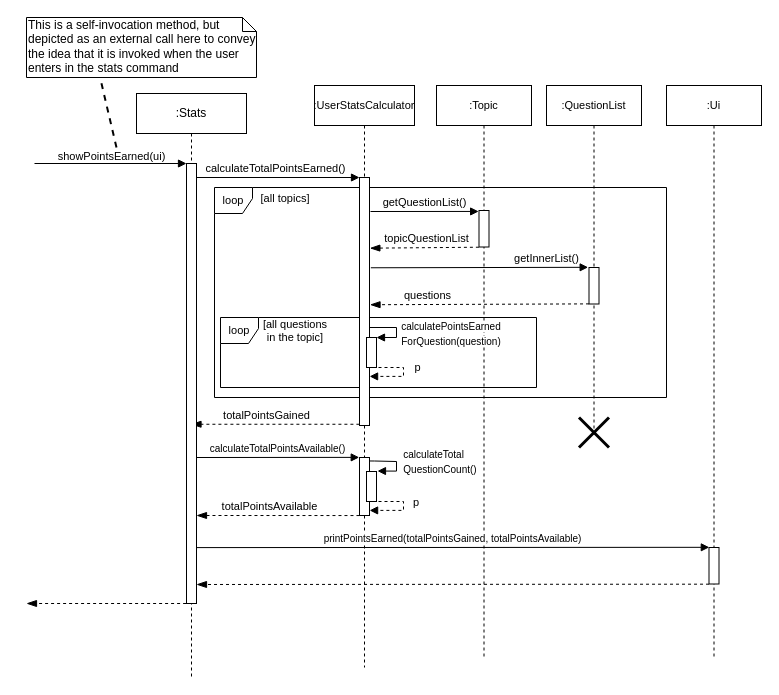
This is docs/diagrams/Stats_showPointsEarned.drawio from nus-cs2113-AY2021S1/tp, a draw.io file, before an edit. Source tidied: cells renumbered, new cells numbered last; positions are measured from the earlier drawing's top-left corner, leaving out a move shared by most shapes. Both pictures are drawn from the tidied source at 100%, with x=0, y=0 at pixel (26, 17).
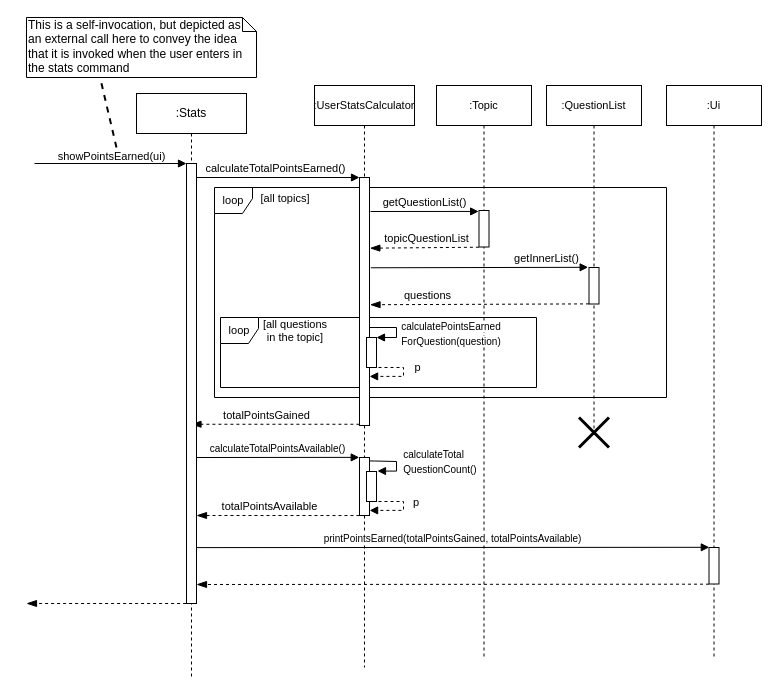
Above is the later version.

Commit message (it also covers changes not shown here):
Fix UML note and update developer guide table of contents

The edit, as a diff of the source:
```diff
@@
-    <mxCell id="41" value="This is a self-invocation method, but depicted as an external call here to convey the idea that it is invoked when the user enters in the stats command" style="shape=note;whiteSpace=wrap;html=1;size=14;verticalAlign=top;align=left;spacingTop=-6;" parent="1" vertex="1">
+    <mxCell id="41" value="This is a self-invocation, but depicted as an external call here to convey the idea that it is invoked when the user enters in the stats command" style="shape=note;whiteSpace=wrap;html=1;size=14;verticalAlign=top;align=left;spacingTop=-6;" parent="1" vertex="1">
       <mxGeometry width="230" height="60" as="geometry" />
     </mxCell>
```
